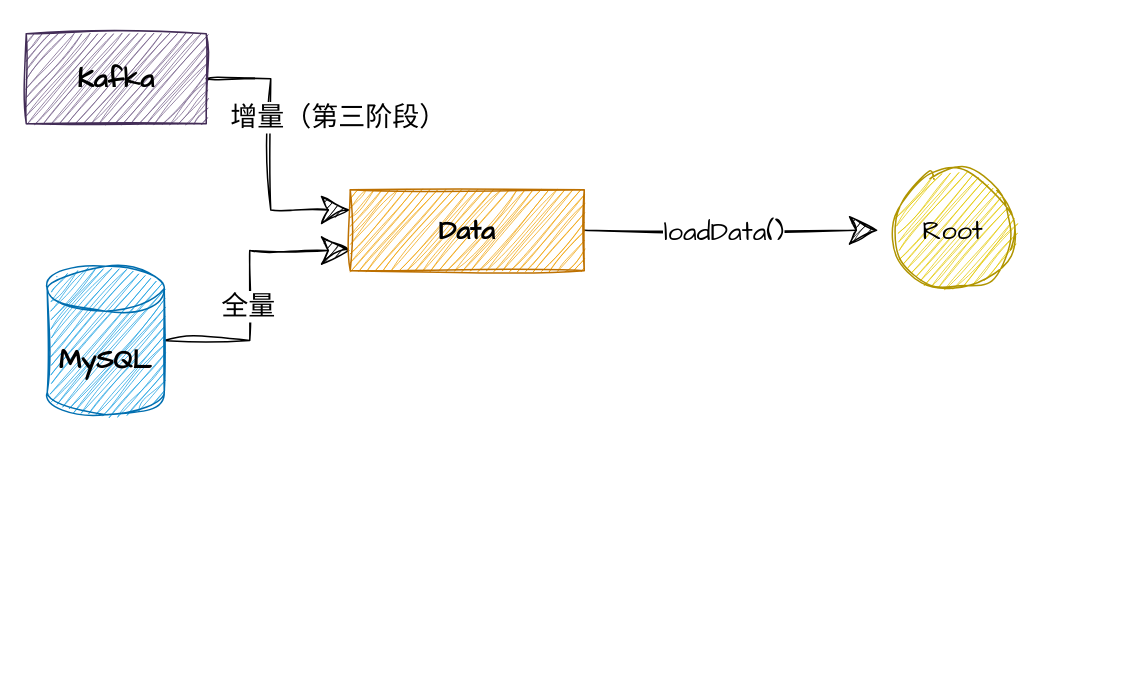
The draw.io diagram 构造树节点流程图.drawio in Pumpkin9841/pictures, before the edit. Source tidied: cells renumbered, new cells numbered last; positions are measured from the earlier drawing's top-left corner, leaving out a move shared by most shapes. Both pictures are drawn from the tidied source at 150%, with x=0, y=0 at pixel (26, 33).
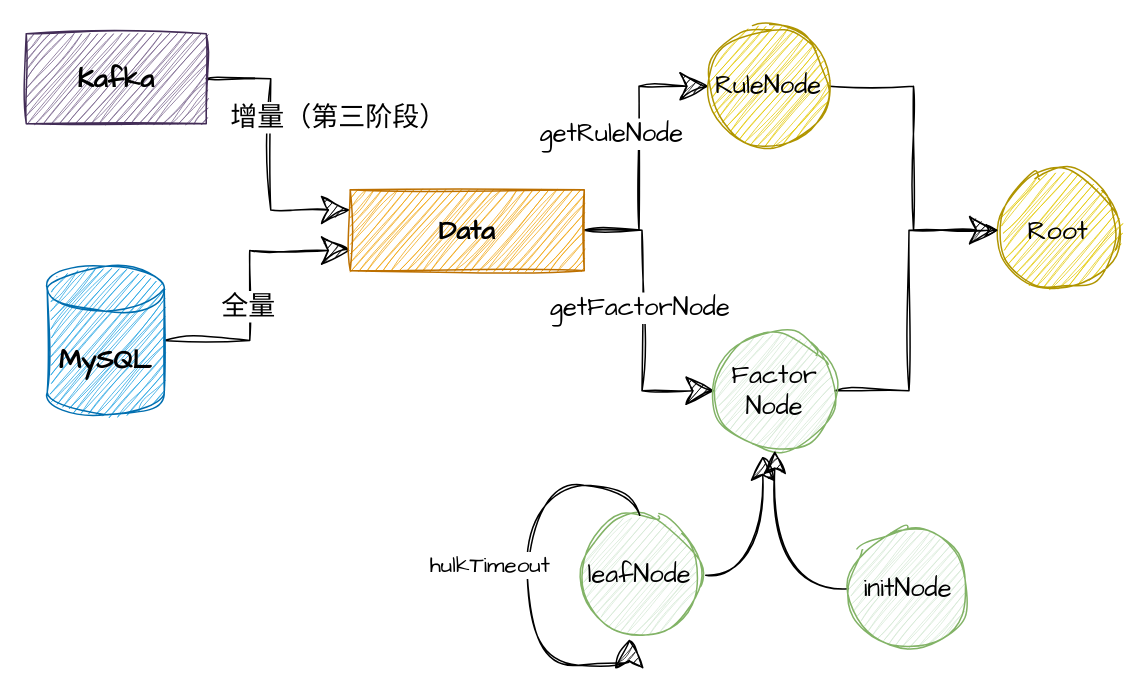
Above is the later version.

Commit message:
更新构造树节点流程图.drawio

Unchanged cells that the change refers to:
```xml
<mxCell id="10" value="&lt;h4 style=&quot;border-color: var(--border-color);&quot;&gt;&lt;font style=&quot;border-color: var(--border-color); font-size: 18px;&quot; face=&quot;Comic Sans MS&quot; color=&quot;#000000&quot;&gt;Data&lt;/font&gt;&lt;/h4&gt;" style="rounded=0;whiteSpace=wrap;html=1;sketch=1;curveFitting=1;jiggle=2;glass=0;shadow=0;fillColor=#f0a30a;strokeColor=#BD7000;fontColor=#000000;" parent="1" vertex="1">
  <mxGeometry x="216" y="104" width="156" height="54" as="geometry" />
</mxCell>
```

Change to the diagram source:
```diff
@@
-    <mxCell id="8" style="edgeStyle=orthogonalEdgeStyle;rounded=0;jettySize=auto;html=1;targetPerimeterSpacing=10;endSize=17;sketch=1;curveFitting=1;jiggle=2;" parent="1" edge="1" source="10" target="11">
-      <mxGeometry relative="1" as="geometry" />
-    </mxCell>
-    <mxCell id="9" value="&lt;font style=&quot;font-size: 18px;&quot; face=&quot;Comic Sans MS&quot;&gt;loadData()&lt;/font&gt;" style="edgeLabel;html=1;align=center;verticalAlign=middle;" parent="8" vertex="1">
-      <mxGeometry x="-0.34" y="1" relative="1" as="geometry">
-        <mxPoint x="27" y="1" as="offset" />
-      </mxGeometry>
-    </mxCell>
+    <mxCell id="12" style="edgeStyle=orthogonalEdgeStyle;rounded=0;jettySize=auto;html=1;entryX=0;entryY=0.5;entryDx=0;entryDy=0;sketch=1;curveFitting=1;jiggle=2;targetPerimeterSpacing=10;endSize=17;" parent="1" edge="1" source="10" target="17">
+      <mxGeometry relative="1" as="geometry" />
+    </mxCell>
+    <mxCell id="13" value="&lt;font style=&quot;font-size: 17px;&quot; face=&quot;Comic Sans MS&quot;&gt;getRuleNode&lt;/font&gt;" style="edgeLabel;html=1;align=center;verticalAlign=middle;" parent="12" vertex="1">
+      <mxGeometry x="-0.12" y="-1" relative="1" as="geometry">
+        <mxPoint x="-20" y="-22" as="offset" />
+      </mxGeometry>
+    </mxCell>
+    <mxCell id="14" style="edgeStyle=orthogonalEdgeStyle;rounded=0;jettySize=auto;html=1;entryX=0;entryY=0.5;entryDx=0;entryDy=0;targetPerimeterSpacing=10;endSize=17;sketch=1;curveFitting=1;jiggle=2;" parent="1" edge="1" source="10" target="19">
+      <mxGeometry relative="1" as="geometry" />
+    </mxCell>
+    <mxCell id="15" value="&lt;font face=&quot;Comic Sans MS&quot; style=&quot;font-size: 17px;&quot;&gt;getFactorNode&lt;/font&gt;" style="edgeLabel;html=1;align=center;verticalAlign=middle;" parent="14" vertex="1">
+      <mxGeometry x="-0.07" y="-2" relative="1" as="geometry" />
+    </mxCell>
@@
     <mxCell id="11" value="&lt;font face=&quot;Comic Sans MS&quot;&gt;&lt;span style=&quot;font-size: 18px;&quot;&gt;Root&lt;/span&gt;&lt;/font&gt;" style="ellipse;whiteSpace=wrap;html=1;fillColor=#e3c800;strokeColor=#B09500;fontColor=#000000;rounded=0;sketch=1;curveFitting=1;jiggle=2;glass=0;shadow=0;" parent="1" vertex="1">
-      <mxGeometry x="578" y="91" width="80" height="80" as="geometry" />
+      <mxGeometry x="648" y="91" width="80" height="80" as="geometry" />
     </mxCell>
+    <mxCell id="16" style="edgeStyle=orthogonalEdgeStyle;rounded=0;jettySize=auto;html=1;entryX=0;entryY=0.5;entryDx=0;entryDy=0;sketch=1;curveFitting=1;jiggle=2;" parent="1" edge="1" source="17" target="11">
+      <mxGeometry relative="1" as="geometry" />
+    </mxCell>
+    <mxCell id="17" value="&lt;font style=&quot;font-size: 17px;&quot; face=&quot;Comic Sans MS&quot;&gt;RuleNode&lt;/font&gt;" style="ellipse;whiteSpace=wrap;html=1;fillColor=#e3c800;strokeColor=#B09500;fontColor=#000000;rounded=0;sketch=1;curveFitting=1;jiggle=2;glass=0;shadow=0;" parent="1" vertex="1">
+      <mxGeometry x="455" y="-5" width="80" height="80" as="geometry" />
+    </mxCell>
+    <mxCell id="18" style="edgeStyle=orthogonalEdgeStyle;rounded=0;jettySize=auto;html=1;entryX=0;entryY=0.5;entryDx=0;entryDy=0;sketch=1;curveFitting=1;jiggle=2;endSize=17;" parent="1" edge="1" source="19" target="11">
+      <mxGeometry relative="1" as="geometry" />
+    </mxCell>
+    <mxCell id="19" value="&lt;font style=&quot;font-size: 17px;&quot; face=&quot;Comic Sans MS&quot;&gt;Factor&lt;br&gt;Node&lt;/font&gt;" style="ellipse;whiteSpace=wrap;html=1;fillColor=#d5e8d4;strokeColor=#82b366;rounded=0;sketch=1;curveFitting=1;jiggle=2;glass=0;shadow=0;" parent="1" vertex="1">
+      <mxGeometry x="459" y="198" width="80" height="80" as="geometry" />
+    </mxCell>
+    <mxCell id="20" style="edgeStyle=orthogonalEdgeStyle;rounded=0;jettySize=auto;html=1;entryX=0.4;entryY=1.044;entryDx=0;entryDy=0;entryPerimeter=0;curved=1;sketch=1;curveFitting=1;jiggle=2;targetPerimeterSpacing=4;startSize=16;sourcePerimeterSpacing=4;endSize=14;" parent="1" edge="1" source="21" target="19">
+      <mxGeometry relative="1" as="geometry" />
+    </mxCell>
+    <mxCell id="21" value="&lt;font face=&quot;Comic Sans MS&quot;&gt;&lt;span style=&quot;font-size: 17px;&quot;&gt;leafNode&lt;/span&gt;&lt;/font&gt;" style="ellipse;whiteSpace=wrap;html=1;fillColor=#d5e8d4;strokeColor=#82b366;rounded=0;sketch=1;curveFitting=1;jiggle=2;glass=0;shadow=0;" parent="1" vertex="1">
+      <mxGeometry x="369" y="321" width="80" height="80" as="geometry" />
+    </mxCell>
+    <mxCell id="22" style="edgeStyle=orthogonalEdgeStyle;rounded=0;jettySize=auto;html=1;entryX=0.5;entryY=1;entryDx=0;entryDy=0;curved=1;sketch=1;curveFitting=1;jiggle=2;endSize=13;" parent="1" edge="1" source="23" target="19">
+      <mxGeometry relative="1" as="geometry" />
+    </mxCell>
+    <mxCell id="23" value="&lt;font face=&quot;Comic Sans MS&quot;&gt;&lt;span style=&quot;font-size: 17px;&quot;&gt;initNode&lt;/span&gt;&lt;/font&gt;" style="ellipse;whiteSpace=wrap;html=1;fillColor=#d5e8d4;strokeColor=#82b366;rounded=0;sketch=1;curveFitting=1;jiggle=2;glass=0;shadow=0;" parent="1" vertex="1">
+      <mxGeometry x="548" y="330" width="80" height="80" as="geometry" />
+    </mxCell>
+    <mxCell id="24" style="edgeStyle=orthogonalEdgeStyle;rounded=0;orthogonalLoop=1;jettySize=auto;html=1;entryX=0.413;entryY=1.031;entryDx=0;entryDy=0;entryPerimeter=0;curved=1;endSize=17;sketch=1;curveFitting=1;jiggle=2;" parent="1" edge="1" source="21" target="21">
+      <mxGeometry relative="1" as="geometry">
+        <Array as="points">
+          <mxPoint x="409" y="301" />
+          <mxPoint x="334" y="301" />
+          <mxPoint x="334" y="421" />
+          <mxPoint x="402" y="421" />
+        </Array>
+      </mxGeometry>
+    </mxCell>
+    <mxCell id="25" value="&lt;font style=&quot;font-size: 15px;&quot; face=&quot;Comic Sans MS&quot;&gt;hulkTimeout&lt;/font&gt;" style="edgeLabel;html=1;align=center;verticalAlign=middle;" parent="24" vertex="1">
+      <mxGeometry x="-0.14" relative="1" as="geometry">
+        <mxPoint x="-26" y="18" as="offset" />
+      </mxGeometry>
+    </mxCell>
```
